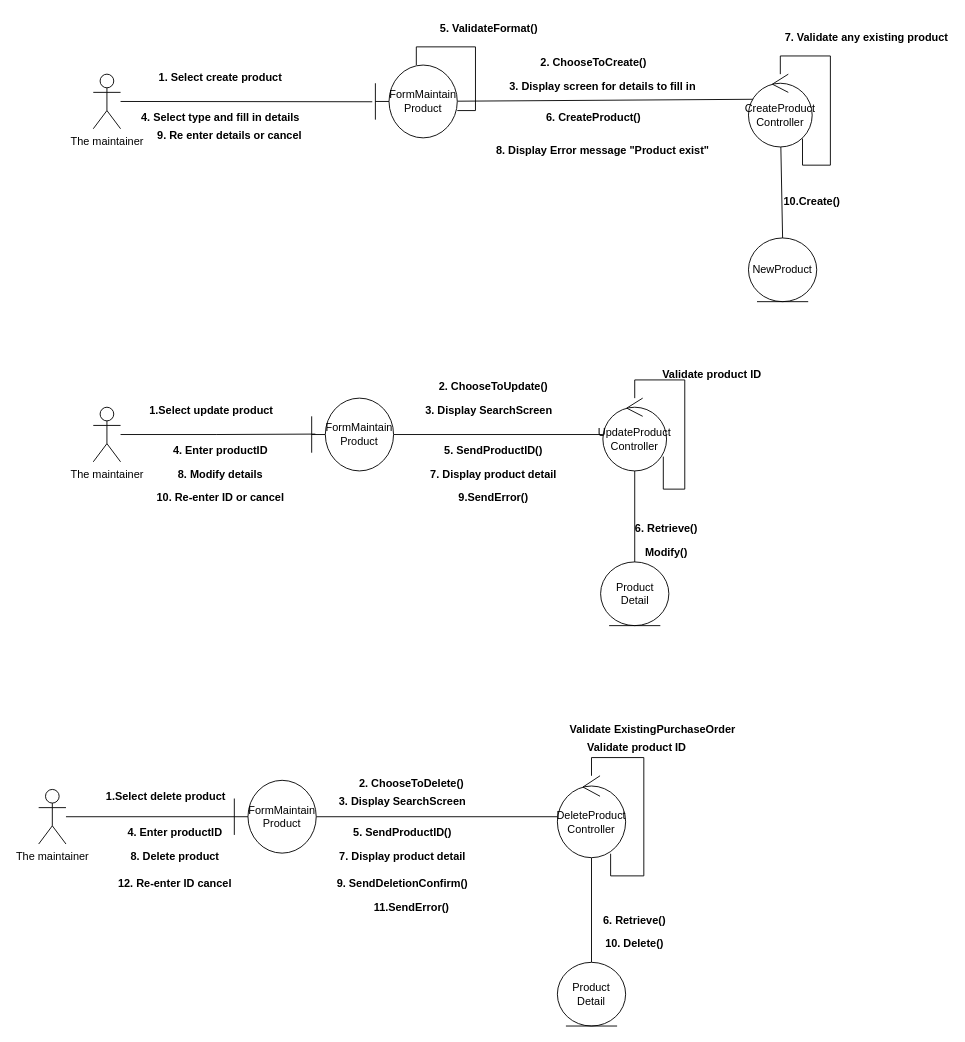
Above: SDM Day 2 practise.drawio in liye000/UsercaseDiagram (draw.io), before the change. Source tidied: cells renumbered, new cells numbered last; positions are measured from the earlier drawing's top-left corner, leaving out a move shared by most shapes. Both pictures are drawn from the tidied source at 91%, with x=0, y=0 at pixel (38, 15).
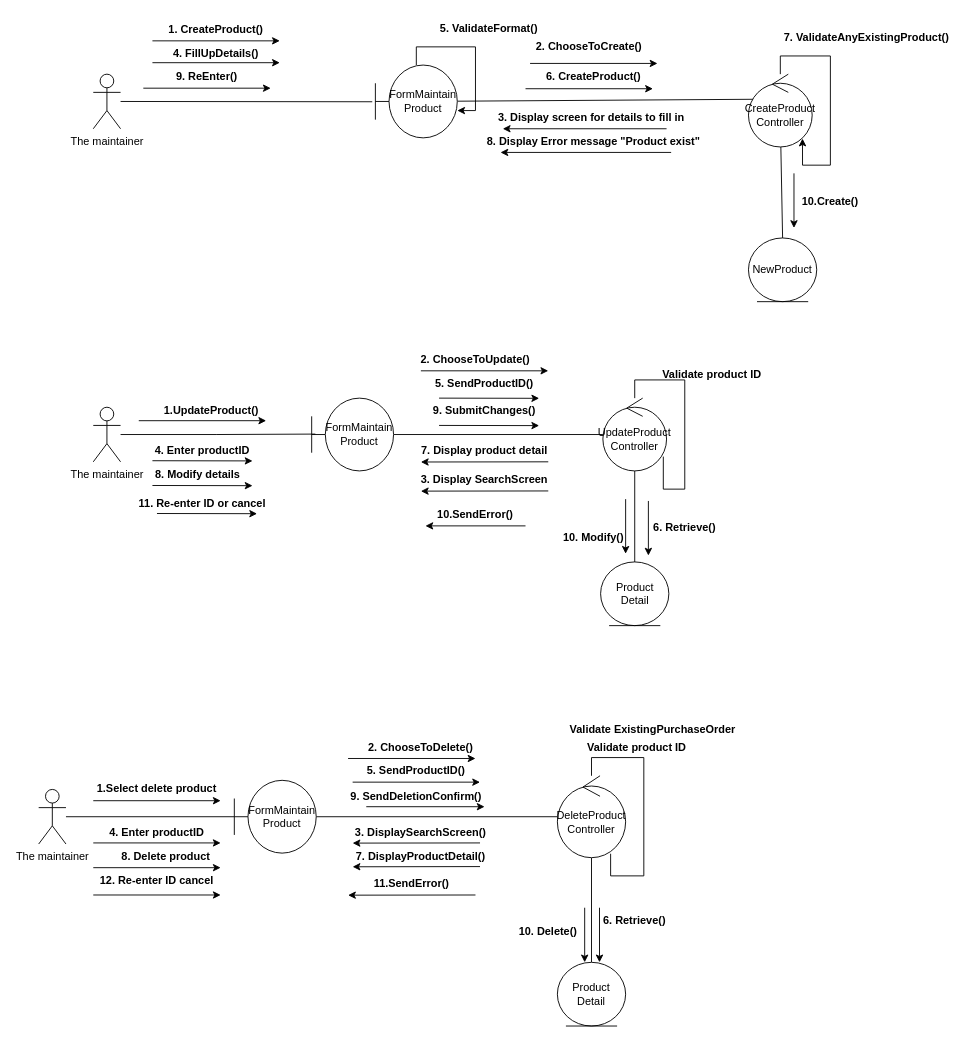
After the change.

The change refers to these unchanged cells:
```xml
<mxCell id="6" value="FormMaintain&lt;br&gt;Product" style="shape=umlBoundary;whiteSpace=wrap;html=1;" parent="1" vertex="1">
  <mxGeometry x="370" y="54" width="90" height="80" as="geometry" />
</mxCell>
<mxCell id="9" value="CreateProduct&lt;br&gt;Controller" style="ellipse;shape=umlControl;whiteSpace=wrap;html=1;" parent="1" vertex="1">
  <mxGeometry x="780" y="64" width="70" height="80" as="geometry" />
</mxCell>
```

Change to the diagram source:
```diff
@@
-    <mxCell id="4" style="edgeStyle=orthogonalEdgeStyle;rounded=0;orthogonalLoop=1;jettySize=auto;html=1;endArrow=none;endFill=0;entryX=1;entryY=0.625;entryDx=0;entryDy=0;entryPerimeter=0;" parent="1" edge="1" source="6" target="6">
+    <mxCell id="4" style="edgeStyle=orthogonalEdgeStyle;rounded=0;orthogonalLoop=1;jettySize=auto;html=1;endArrow=classic;endFill=1;entryX=1;entryY=0.625;entryDx=0;entryDy=0;entryPerimeter=0;" parent="1" edge="1" source="6" target="6">
       <mxGeometry relative="1" as="geometry" />
     </mxCell>
@@
-    <mxCell id="8" style="edgeStyle=orthogonalEdgeStyle;rounded=0;orthogonalLoop=1;jettySize=auto;html=1;endArrow=none;endFill=0;entryX=0.848;entryY=0.885;entryDx=0;entryDy=0;entryPerimeter=0;" parent="1" edge="1" source="9" target="9">
+    <mxCell id="8" style="edgeStyle=orthogonalEdgeStyle;rounded=0;orthogonalLoop=1;jettySize=auto;html=1;endArrow=classic;endFill=1;entryX=0.848;entryY=0.885;entryDx=0;entryDy=0;entryPerimeter=0;" parent="1" edge="1" source="9" target="9">
       <mxGeometry relative="1" as="geometry" />
     </mxCell>
@@
-    <mxCell id="10" value="1. Select create product" style="text;align=center;fontStyle=1;verticalAlign=middle;spacingLeft=3;spacingRight=3;strokeColor=none;" parent="1" vertex="1">
-      <mxGeometry x="160" y="54" width="80" height="26" as="geometry" />
+    <mxCell id="10" value="1. CreateProduct()" style="text;align=center;fontStyle=1;verticalAlign=middle;spacingLeft=3;spacingRight=3;strokeColor=none;" parent="1" vertex="1">
+      <mxGeometry x="155" y="1.4" width="80" height="26" as="geometry" />
     </mxCell>
@@
     <mxCell id="12" value="6. CreateProduct()" style="text;align=center;fontStyle=1;verticalAlign=middle;spacingLeft=3;spacingRight=3;strokeColor=none;" parent="1" vertex="1">
-      <mxGeometry x="570" y="98" width="80" height="26" as="geometry" />
+      <mxGeometry x="570" y="53.4" width="80" height="26" as="geometry" />
     </mxCell>
@@
     <mxCell id="14" value="10.Create()" style="text;align=center;fontStyle=1;verticalAlign=middle;spacingLeft=3;spacingRight=3;strokeColor=none;" parent="1" vertex="1">
-      <mxGeometry x="810" y="190" width="80" height="26" as="geometry" />
+      <mxGeometry x="830" y="190" width="80" height="26" as="geometry" />
     </mxCell>
     <mxCell id="15" value="3. Display screen for details to fill in" style="text;align=center;fontStyle=1;verticalAlign=middle;spacingLeft=3;spacingRight=3;strokeColor=none;" parent="1" vertex="1">
-      <mxGeometry x="580" y="64" width="80" height="26" as="geometry" />
+      <mxGeometry x="567.5" y="98" width="80" height="26" as="geometry" />
     </mxCell>
-    <mxCell id="16" value="4. Select type and fill in details" style="text;align=center;fontStyle=1;verticalAlign=middle;spacingLeft=3;spacingRight=3;strokeColor=none;" parent="1" vertex="1">
-      <mxGeometry x="160" y="98" width="80" height="26" as="geometry" />
+    <mxCell id="16" value="4. FillUpDetails()" style="text;align=center;fontStyle=1;verticalAlign=middle;spacingLeft=3;spacingRight=3;strokeColor=none;" parent="1" vertex="1">
+      <mxGeometry x="155" y="27.4" width="80" height="26" as="geometry" />
     </mxCell>
-    <mxCell id="17" value="7. Validate any existing product" style="text;align=center;fontStyle=1;verticalAlign=middle;spacingLeft=3;spacingRight=3;strokeColor=none;" parent="1" vertex="1">
+    <mxCell id="17" value="7. ValidateAnyExistingProduct()" style="text;align=center;fontStyle=1;verticalAlign=middle;spacingLeft=3;spacingRight=3;strokeColor=none;" parent="1" vertex="1">
       <mxGeometry x="870" y="10" width="80" height="26" as="geometry" />
     </mxCell>
     <mxCell id="18" value="8. Display Error message &quot;Product exist&quot;" style="text;align=center;fontStyle=1;verticalAlign=middle;spacingLeft=3;spacingRight=3;strokeColor=none;" parent="1" vertex="1">
-      <mxGeometry x="580" y="134" width="80" height="26" as="geometry" />
+      <mxGeometry x="570" y="124" width="80" height="26" as="geometry" />
     </mxCell>
-    <mxCell id="19" value="9. Re enter details or cancel" style="text;align=center;fontStyle=1;verticalAlign=middle;spacingLeft=3;spacingRight=3;strokeColor=none;" parent="1" vertex="1">
-      <mxGeometry x="170" y="118" width="80" height="26" as="geometry" />
+    <mxCell id="19" value="9. ReEnter()" style="text;align=center;fontStyle=1;verticalAlign=middle;spacingLeft=3;spacingRight=3;strokeColor=none;" parent="1" vertex="1">
+      <mxGeometry x="145" y="53.4" width="80" height="26" as="geometry" />
     </mxCell>
@@
-    <mxCell id="24" value="1.Select update product" style="text;align=center;fontStyle=1;verticalAlign=middle;spacingLeft=3;spacingRight=3;strokeColor=none;" parent="1" vertex="1">
+    <mxCell id="24" value="1.UpdateProduct()" style="text;align=center;fontStyle=1;verticalAlign=middle;spacingLeft=3;spacingRight=3;strokeColor=none;" parent="1" vertex="1">
       <mxGeometry x="150" y="420" width="80" height="26" as="geometry" />
     </mxCell>
     <mxCell id="25" value="2. ChooseToCreate()" style="text;align=center;fontStyle=1;verticalAlign=middle;spacingLeft=3;spacingRight=3;strokeColor=none;" parent="1" vertex="1">
-      <mxGeometry x="570" y="38" width="80" height="26" as="geometry" />
+      <mxGeometry x="565" y="20" width="80" height="26" as="geometry" />
     </mxCell>
@@
     <mxCell id="28" value="2. ChooseToUpdate()" style="text;align=center;fontStyle=1;verticalAlign=middle;spacingLeft=3;spacingRight=3;strokeColor=none;" parent="1" vertex="1">
-      <mxGeometry x="460" y="394" width="80" height="26" as="geometry" />
+      <mxGeometry x="440" y="364" width="80" height="26" as="geometry" />
     </mxCell>
     <mxCell id="29" value="3. Display SearchScreen" style="text;align=center;fontStyle=1;verticalAlign=middle;spacingLeft=3;spacingRight=3;strokeColor=none;" parent="1" vertex="1">
-      <mxGeometry x="455" y="420" width="80" height="26" as="geometry" />
+      <mxGeometry x="450" y="496" width="80" height="26" as="geometry" />
     </mxCell>
     <mxCell id="30" value="4. Enter productID" style="text;align=center;fontStyle=1;verticalAlign=middle;spacingLeft=3;spacingRight=3;strokeColor=none;" parent="1" vertex="1">
-      <mxGeometry x="160" y="464" width="80" height="26" as="geometry" />
+      <mxGeometry x="140" y="464" width="80" height="26" as="geometry" />
     </mxCell>
@@
     <mxCell id="34" value="7. Display product detail" style="text;align=center;fontStyle=1;verticalAlign=middle;spacingLeft=3;spacingRight=3;strokeColor=none;" parent="1" vertex="1">
-      <mxGeometry x="460" y="490" width="80" height="26" as="geometry" />
+      <mxGeometry x="450" y="464" width="80" height="26" as="geometry" />
     </mxCell>
     <mxCell id="35" value="8. Modify details" style="text;align=center;fontStyle=1;verticalAlign=middle;spacingLeft=3;spacingRight=3;strokeColor=none;" parent="1" vertex="1">
-      <mxGeometry x="160" y="490" width="80" height="26" as="geometry" />
+      <mxGeometry x="135" y="490" width="80" height="26" as="geometry" />
     </mxCell>
     <mxCell id="36" value="6. Retrieve()" style="text;align=center;fontStyle=1;verticalAlign=middle;spacingLeft=3;spacingRight=3;strokeColor=none;" parent="1" vertex="1">
-      <mxGeometry x="650" y="550" width="80" height="26" as="geometry" />
+      <mxGeometry x="670" y="548" width="80" height="26" as="geometry" />
     </mxCell>
-    <mxCell id="37" value="Modify()" style="text;align=center;fontStyle=1;verticalAlign=middle;spacingLeft=3;spacingRight=3;strokeColor=none;" parent="1" vertex="1">
-      <mxGeometry x="650" y="576" width="80" height="26" as="geometry" />
+    <mxCell id="37" value="10. Modify()" style="text;align=center;fontStyle=1;verticalAlign=middle;spacingLeft=3;spacingRight=3;strokeColor=none;" parent="1" vertex="1">
+      <mxGeometry x="570" y="560" width="80" height="26" as="geometry" />
     </mxCell>
-    <mxCell id="38" value="9.SendError()" style="text;align=center;fontStyle=1;verticalAlign=middle;spacingLeft=3;spacingRight=3;strokeColor=none;" parent="1" vertex="1">
-      <mxGeometry x="460" y="516" width="80" height="26" as="geometry" />
+    <mxCell id="38" value="10.SendError()" style="text;align=center;fontStyle=1;verticalAlign=middle;spacingLeft=3;spacingRight=3;strokeColor=none;" parent="1" vertex="1">
+      <mxGeometry x="440" y="534" width="80" height="26" as="geometry" />
     </mxCell>
-    <mxCell id="39" value="10. Re-enter ID or cancel" style="text;align=center;fontStyle=1;verticalAlign=middle;spacingLeft=3;spacingRight=3;strokeColor=none;" parent="1" vertex="1">
-      <mxGeometry x="160" y="516" width="80" height="26" as="geometry" />
+    <mxCell id="39" value="11. Re-enter ID or cancel" style="text;align=center;fontStyle=1;verticalAlign=middle;spacingLeft=3;spacingRight=3;strokeColor=none;" parent="1" vertex="1">
+      <mxGeometry x="140" y="522" width="80" height="26" as="geometry" />
     </mxCell>
@@
     <mxCell id="46" value="1.Select delete product" style="text;align=center;fontStyle=1;verticalAlign=middle;spacingLeft=3;spacingRight=3;strokeColor=none;" parent="1" vertex="1">
-      <mxGeometry x="100" y="844" width="80" height="26" as="geometry" />
+      <mxGeometry x="90" y="835" width="80" height="26" as="geometry" />
     </mxCell>
     <mxCell id="47" value="2. ChooseToDelete()" style="text;align=center;fontStyle=1;verticalAlign=middle;spacingLeft=3;spacingRight=3;strokeColor=none;" parent="1" vertex="1">
-      <mxGeometry x="370" y="830" width="80" height="26" as="geometry" />
+      <mxGeometry x="380" y="790" width="80" height="26" as="geometry" />
     </mxCell>
-    <mxCell id="48" value="3. Display SearchScreen" style="text;align=center;fontStyle=1;verticalAlign=middle;spacingLeft=3;spacingRight=3;strokeColor=none;" parent="1" vertex="1">
-      <mxGeometry x="360" y="850" width="80" height="26" as="geometry" />
+    <mxCell id="48" value="3. DisplaySearchScreen()" style="text;align=center;fontStyle=1;verticalAlign=middle;spacingLeft=3;spacingRight=3;strokeColor=none;" parent="1" vertex="1">
+      <mxGeometry x="380" y="884" width="80" height="26" as="geometry" />
     </mxCell>
     <mxCell id="49" value="4. Enter productID" style="text;align=center;fontStyle=1;verticalAlign=middle;spacingLeft=3;spacingRight=3;strokeColor=none;" parent="1" vertex="1">
-      <mxGeometry x="110" y="884" width="80" height="26" as="geometry" />
+      <mxGeometry x="90" y="884" width="80" height="26" as="geometry" />
     </mxCell>
     <mxCell id="50" value="5. SendProductID()" style="text;align=center;fontStyle=1;verticalAlign=middle;spacingLeft=3;spacingRight=3;strokeColor=none;" parent="1" vertex="1">
-      <mxGeometry x="360" y="884" width="80" height="26" as="geometry" />
+      <mxGeometry x="375" y="816" width="80" height="26" as="geometry" />
     </mxCell>
     <mxCell id="51" value="5. SendProductID()" style="text;align=center;fontStyle=1;verticalAlign=middle;spacingLeft=3;spacingRight=3;strokeColor=none;" parent="1" vertex="1">
-      <mxGeometry x="460" y="464" width="80" height="26" as="geometry" />
+      <mxGeometry x="450" y="390" width="80" height="26" as="geometry" />
     </mxCell>
@@
-    <mxCell id="56" value="7. Display product detail" style="text;align=center;fontStyle=1;verticalAlign=middle;spacingLeft=3;spacingRight=3;strokeColor=none;" parent="1" vertex="1">
-      <mxGeometry x="360" y="910" width="80" height="26" as="geometry" />
+    <mxCell id="56" value="7. DisplayProductDetail()" style="text;align=center;fontStyle=1;verticalAlign=middle;spacingLeft=3;spacingRight=3;strokeColor=none;" parent="1" vertex="1">
+      <mxGeometry x="380" y="910" width="80" height="26" as="geometry" />
     </mxCell>
     <mxCell id="57" value="8. Delete product" style="text;align=center;fontStyle=1;verticalAlign=middle;spacingLeft=3;spacingRight=3;strokeColor=none;" parent="1" vertex="1">
-      <mxGeometry x="110" y="910" width="80" height="26" as="geometry" />
+      <mxGeometry x="100" y="910" width="80" height="26" as="geometry" />
     </mxCell>
     <mxCell id="58" value="9. SendDeletionConfirm()" style="text;align=center;fontStyle=1;verticalAlign=middle;spacingLeft=3;spacingRight=3;strokeColor=none;" parent="1" vertex="1">
-      <mxGeometry x="360" y="940" width="80" height="26" as="geometry" />
+      <mxGeometry x="375" y="844" width="80" height="26" as="geometry" />
     </mxCell>
     <mxCell id="59" value="10. Delete()" style="text;align=center;fontStyle=1;verticalAlign=middle;spacingLeft=3;spacingRight=3;strokeColor=none;" parent="1" vertex="1">
-      <mxGeometry x="615" y="1006" width="80" height="26" as="geometry" />
+      <mxGeometry x="520" y="992" width="80" height="26" as="geometry" />
     </mxCell>
     <mxCell id="60" value="11.SendError()" style="text;align=center;fontStyle=1;verticalAlign=middle;spacingLeft=3;spacingRight=3;strokeColor=none;" parent="1" vertex="1">
-      <mxGeometry x="370" y="966" width="80" height="26" as="geometry" />
+      <mxGeometry x="370" y="940" width="80" height="26" as="geometry" />
     </mxCell>
     <mxCell id="61" value="12. Re-enter ID cancel" style="text;align=center;fontStyle=1;verticalAlign=middle;spacingLeft=3;spacingRight=3;strokeColor=none;" parent="1" vertex="1">
-      <mxGeometry x="110" y="940" width="80" height="26" as="geometry" />
+      <mxGeometry x="90" y="936" width="80" height="26" as="geometry" />
     </mxCell>
@@
+    <mxCell id="63" style="endArrow=classic;html=1;" parent="1" edge="1">
+      <mxGeometry relative="1" as="geometry">
+        <mxPoint x="125" y="27.4" as="sourcePoint" />
+        <mxPoint x="265" y="27.4" as="targetPoint" />
+      </mxGeometry>
+    </mxCell>
+    <mxCell id="64" style="endArrow=classic;html=1;" parent="1" edge="1">
+      <mxGeometry relative="1" as="geometry">
+        <mxPoint x="540" y="52.2" as="sourcePoint" />
+        <mxPoint x="680" y="52.2" as="targetPoint" />
+      </mxGeometry>
+    </mxCell>
+    <mxCell id="65" style="endArrow=classic;html=1;" parent="1" edge="1">
+      <mxGeometry relative="1" as="geometry">
+        <mxPoint x="690" y="124" as="sourcePoint" />
+        <mxPoint x="510" y="124" as="targetPoint" />
+      </mxGeometry>
+    </mxCell>
+    <mxCell id="66" style="endArrow=classic;html=1;" parent="1" edge="1">
+      <mxGeometry relative="1" as="geometry">
+        <mxPoint x="125" y="51.4" as="sourcePoint" />
+        <mxPoint x="265" y="51.4" as="targetPoint" />
+      </mxGeometry>
+    </mxCell>
+    <mxCell id="67" style="endArrow=classic;html=1;" parent="1" edge="1">
+      <mxGeometry relative="1" as="geometry">
+        <mxPoint x="535" y="80" as="sourcePoint" />
+        <mxPoint x="675" y="80" as="targetPoint" />
+      </mxGeometry>
+    </mxCell>
+    <mxCell id="68" style="endArrow=classic;html=1;" parent="1" edge="1">
+      <mxGeometry relative="1" as="geometry">
+        <mxPoint x="830" y="173" as="sourcePoint" />
+        <mxPoint x="830" y="233" as="targetPoint" />
+      </mxGeometry>
+    </mxCell>
+    <mxCell id="69" style="endArrow=classic;html=1;" parent="1" edge="1">
+      <mxGeometry relative="1" as="geometry">
+        <mxPoint x="695" y="150" as="sourcePoint" />
+        <mxPoint x="507.5" y="150" as="targetPoint" />
+      </mxGeometry>
+    </mxCell>
+    <mxCell id="70" style="endArrow=classic;html=1;" parent="1" edge="1">
+      <mxGeometry relative="1" as="geometry">
+        <mxPoint x="115" y="79.4" as="sourcePoint" />
+        <mxPoint x="255" y="79.4" as="targetPoint" />
+      </mxGeometry>
+    </mxCell>
+    <mxCell id="71" style="endArrow=classic;html=1;" parent="1" edge="1">
+      <mxGeometry relative="1" as="geometry">
+        <mxPoint x="110" y="444.8" as="sourcePoint" />
+        <mxPoint x="250" y="444.8" as="targetPoint" />
+      </mxGeometry>
+    </mxCell>
+    <mxCell id="72" style="endArrow=classic;html=1;" parent="1" edge="1">
+      <mxGeometry relative="1" as="geometry">
+        <mxPoint x="420" y="390" as="sourcePoint" />
+        <mxPoint x="560" y="390" as="targetPoint" />
+      </mxGeometry>
+    </mxCell>
+    <mxCell id="73" style="endArrow=classic;html=1;" parent="1" edge="1">
+      <mxGeometry relative="1" as="geometry">
+        <mxPoint x="560" y="522" as="sourcePoint" />
+        <mxPoint x="420" y="522.2" as="targetPoint" />
+      </mxGeometry>
+    </mxCell>
+    <mxCell id="74" style="endArrow=classic;html=1;" parent="1" edge="1">
+      <mxGeometry relative="1" as="geometry">
+        <mxPoint x="125" y="488.8" as="sourcePoint" />
+        <mxPoint x="235" y="489" as="targetPoint" />
+      </mxGeometry>
+    </mxCell>
+    <mxCell id="75" style="endArrow=classic;html=1;" parent="1" edge="1">
+      <mxGeometry relative="1" as="geometry">
+        <mxPoint x="440" y="420" as="sourcePoint" />
+        <mxPoint x="550" y="420.2" as="targetPoint" />
+      </mxGeometry>
+    </mxCell>
+    <mxCell id="76" style="endArrow=classic;html=1;" parent="1" edge="1">
+      <mxGeometry relative="1" as="geometry">
+        <mxPoint x="670" y="533" as="sourcePoint" />
+        <mxPoint x="670" y="593" as="targetPoint" />
+      </mxGeometry>
+    </mxCell>
+    <mxCell id="77" style="endArrow=classic;html=1;" parent="1" edge="1">
+      <mxGeometry relative="1" as="geometry">
+        <mxPoint x="560" y="490" as="sourcePoint" />
+        <mxPoint x="420" y="490.2" as="targetPoint" />
+      </mxGeometry>
+    </mxCell>
+    <mxCell id="78" style="endArrow=classic;html=1;" parent="1" edge="1">
+      <mxGeometry relative="1" as="geometry">
+        <mxPoint x="125" y="516" as="sourcePoint" />
+        <mxPoint x="235" y="516.2" as="targetPoint" />
+      </mxGeometry>
+    </mxCell>
+    <mxCell id="79" value="9. SubmitChanges()" style="text;align=center;fontStyle=1;verticalAlign=middle;spacingLeft=3;spacingRight=3;strokeColor=none;" parent="1" vertex="1">
+      <mxGeometry x="450" y="420" width="80" height="26" as="geometry" />
+    </mxCell>
+    <mxCell id="80" style="endArrow=classic;html=1;" parent="1" edge="1">
+      <mxGeometry relative="1" as="geometry">
+        <mxPoint x="440" y="450" as="sourcePoint" />
+        <mxPoint x="550" y="450.2" as="targetPoint" />
+      </mxGeometry>
+    </mxCell>
+    <mxCell id="81" style="endArrow=classic;html=1;" parent="1" edge="1">
+      <mxGeometry relative="1" as="geometry">
+        <mxPoint x="645" y="531" as="sourcePoint" />
+        <mxPoint x="645" y="591" as="targetPoint" />
+      </mxGeometry>
+    </mxCell>
+    <mxCell id="82" style="endArrow=classic;html=1;" parent="1" edge="1">
+      <mxGeometry relative="1" as="geometry">
+        <mxPoint x="535" y="560.4" as="sourcePoint" />
+        <mxPoint x="425" y="560.4" as="targetPoint" />
+      </mxGeometry>
+    </mxCell>
+    <mxCell id="83" style="endArrow=classic;html=1;" parent="1" edge="1">
+      <mxGeometry relative="1" as="geometry">
+        <mxPoint x="130" y="546.8" as="sourcePoint" />
+        <mxPoint x="240" y="547" as="targetPoint" />
+      </mxGeometry>
+    </mxCell>
+    <mxCell id="84" style="endArrow=classic;html=1;" parent="1" edge="1">
+      <mxGeometry relative="1" as="geometry">
+        <mxPoint x="60" y="862.4" as="sourcePoint" />
+        <mxPoint x="200" y="862.4" as="targetPoint" />
+      </mxGeometry>
+    </mxCell>
+    <mxCell id="85" style="endArrow=classic;html=1;" parent="1" edge="1">
+      <mxGeometry relative="1" as="geometry">
+        <mxPoint x="340" y="816" as="sourcePoint" />
+        <mxPoint x="480" y="816" as="targetPoint" />
+      </mxGeometry>
+    </mxCell>
+    <mxCell id="86" style="endArrow=classic;html=1;" parent="1" edge="1">
+      <mxGeometry relative="1" as="geometry">
+        <mxPoint x="485" y="908.8" as="sourcePoint" />
+        <mxPoint x="345" y="909" as="targetPoint" />
+      </mxGeometry>
+    </mxCell>
+    <mxCell id="87" style="endArrow=classic;html=1;" parent="1" edge="1">
+      <mxGeometry relative="1" as="geometry">
+        <mxPoint x="60" y="908.8" as="sourcePoint" />
+        <mxPoint x="200" y="908.8" as="targetPoint" />
+      </mxGeometry>
+    </mxCell>
+    <mxCell id="88" style="endArrow=classic;html=1;" parent="1" edge="1">
+      <mxGeometry relative="1" as="geometry">
+        <mxPoint x="345" y="842" as="sourcePoint" />
+        <mxPoint x="485" y="842" as="targetPoint" />
+      </mxGeometry>
+    </mxCell>
+    <mxCell id="89" style="endArrow=classic;html=1;" parent="1" edge="1">
+      <mxGeometry relative="1" as="geometry">
+        <mxPoint x="616.3" y="980" as="sourcePoint" />
+        <mxPoint x="616.3" y="1040" as="targetPoint" />
+      </mxGeometry>
+    </mxCell>
+    <mxCell id="90" style="endArrow=classic;html=1;" parent="1" edge="1">
+      <mxGeometry relative="1" as="geometry">
+        <mxPoint x="600" y="980" as="sourcePoint" />
+        <mxPoint x="600" y="1040" as="targetPoint" />
+      </mxGeometry>
+    </mxCell>
+    <mxCell id="91" style="endArrow=classic;html=1;" parent="1" edge="1">
+      <mxGeometry relative="1" as="geometry">
+        <mxPoint x="485" y="934.8" as="sourcePoint" />
+        <mxPoint x="345" y="935" as="targetPoint" />
+      </mxGeometry>
+    </mxCell>
+    <mxCell id="92" style="endArrow=classic;html=1;" parent="1" edge="1">
+      <mxGeometry relative="1" as="geometry">
+        <mxPoint x="360" y="869" as="sourcePoint" />
+        <mxPoint x="490" y="869" as="targetPoint" />
+      </mxGeometry>
+    </mxCell>
+    <mxCell id="93" style="endArrow=classic;html=1;" parent="1" edge="1">
+      <mxGeometry relative="1" as="geometry">
+        <mxPoint x="480" y="966" as="sourcePoint" />
+        <mxPoint x="340" y="966.2" as="targetPoint" />
+      </mxGeometry>
+    </mxCell>
+    <mxCell id="94" style="endArrow=classic;html=1;" parent="1" edge="1">
+      <mxGeometry relative="1" as="geometry">
+        <mxPoint x="60" y="936" as="sourcePoint" />
+        <mxPoint x="200" y="936" as="targetPoint" />
+      </mxGeometry>
+    </mxCell>
+    <mxCell id="95" style="endArrow=classic;html=1;" parent="1" edge="1">
+      <mxGeometry relative="1" as="geometry">
+        <mxPoint x="60" y="966" as="sourcePoint" />
+        <mxPoint x="200" y="966" as="targetPoint" />
+      </mxGeometry>
+    </mxCell>
```
